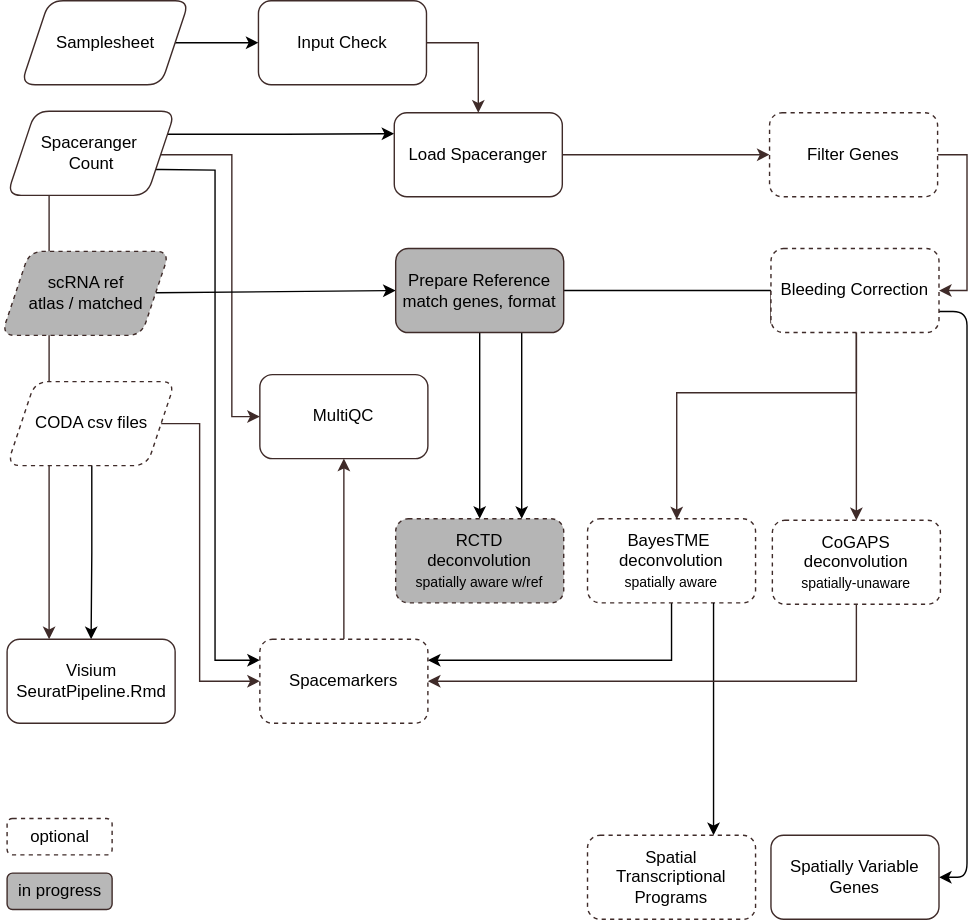
Earlier version of the draw.io export assets/btc-visium.svg (break-through-cancer/btc-spatial-pipelines). Source tidied: cells renumbered, new cells last; positions are measured from the earlier drawing's top-left corner, leaving out a move shared by most shapes.
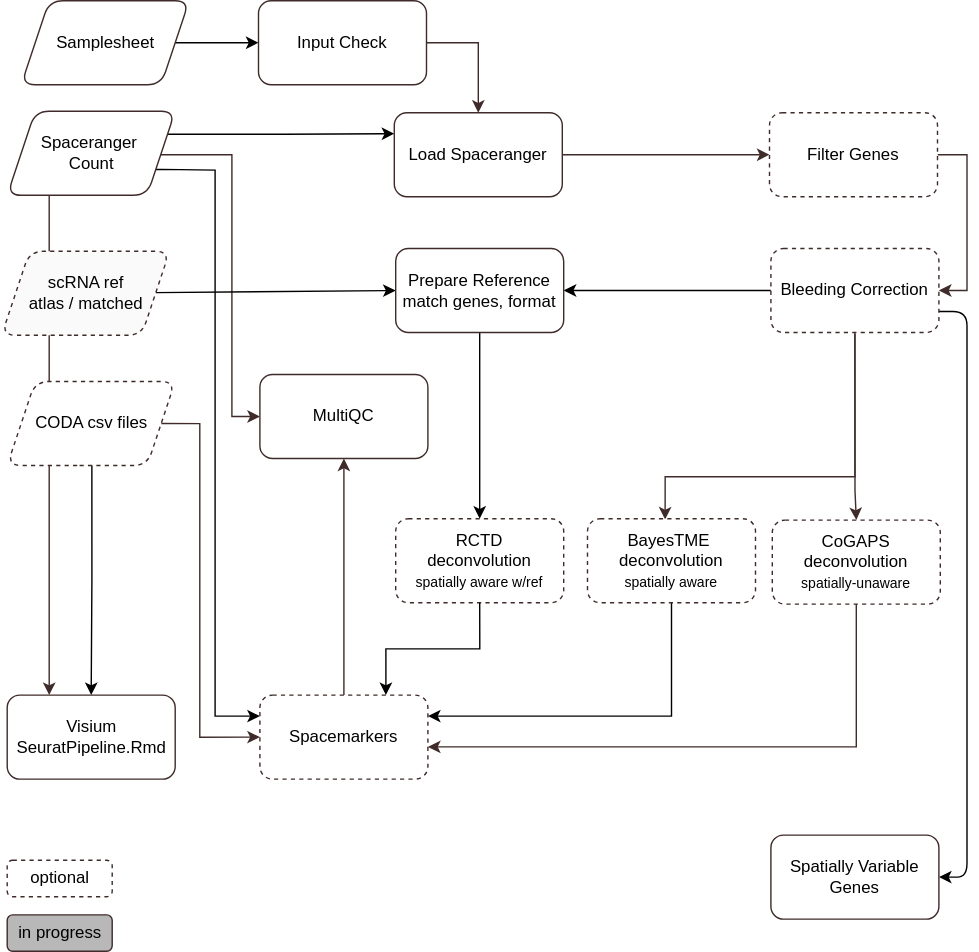
Above is the later version.

Commit message:
simplify - rm spatial transcriptional programs

Diff of the diagram source:
```diff
@@ -41,23 +41,14 @@
     <mxCell id="10" value="Load Spaceranger" style="rounded=1;whiteSpace=wrap;html=1;strokeColor=#3F2B29;" parent="1" vertex="1">
       <mxGeometry x="281" y="80" width="120" height="60" as="geometry" />
     </mxCell>
-    <mxCell id="11" style="edgeStyle=orthogonalEdgeStyle;rounded=0;jettySize=auto;html=1;entryX=0.5;entryY=0;entryDx=0;entryDy=0;exitX=0.5;exitY=1;exitDx=0;exitDy=0;strokeColor=#3F2B29;" parent="1" edge="1" source="28" target="23">
+    <mxCell id="11" style="edgeStyle=orthogonalEdgeStyle;rounded=0;jettySize=auto;html=1;entryX=0.462;entryY=0.01;entryDx=0;entryDy=0;exitX=0.5;exitY=1;exitDx=0;exitDy=0;strokeColor=#3F2B29;entryPerimeter=0;" parent="1" edge="1" source="28" target="21">
       <mxGeometry relative="1" as="geometry">
         <Array as="points">
-          <mxPoint x="611" y="237" />
+          <mxPoint x="610" y="340" />
+          <mxPoint x="474" y="340" />
         </Array>
       </mxGeometry>
     </mxCell>
-    <mxCell id="12" style="edgeStyle=orthogonalEdgeStyle;rounded=0;jettySize=auto;html=1;exitX=0;exitY=0.5;exitDx=0;exitDy=0;strokeColor=#3F2B29;entryX=0.531;entryY=0.007;entryDx=0;entryDy=0;entryPerimeter=0;" parent="1" edge="1" source="28" target="21">
-      <mxGeometry relative="1" as="geometry">
-        <Array as="points">
-          <mxPoint x="550" y="230" />
-          <mxPoint x="611" y="230" />
-          <mxPoint x="611" y="280" />
-          <mxPoint x="483" y="280" />
-        </Array>
-      </mxGeometry>
-    </mxCell>
     <mxCell id="13" style="edgeStyle=orthogonalEdgeStyle;rounded=0;jettySize=auto;html=1;exitX=1;exitY=0.5;exitDx=0;exitDy=0;entryX=1;entryY=0.5;entryDx=0;entryDy=0;strokeColor=#3F2B29;" parent="1" edge="1" source="14" target="28">
       <mxGeometry relative="1" as="geometry" />
     </mxCell>
@@ -68,7 +59,7 @@
       <mxGeometry relative="1" as="geometry">
         <Array as="points">
           <mxPoint x="142" y="302" />
-          <mxPoint x="142" y="486" />
+          <mxPoint x="142" y="526" />
         </Array>
       </mxGeometry>
     </mxCell>
@@ -79,7 +70,7 @@
       <mxGeometry x="4.5" y="272" width="120" height="60" as="geometry" />
     </mxCell>
     <mxCell id="18" value="Visium SeuratPipeline.Rmd" style="rounded=1;whiteSpace=wrap;html=1;fillColor=none;strokeColor=#3F2B29;" parent="1" vertex="1">
-      <mxGeometry x="4.5" y="456" width="120" height="60" as="geometry" />
+      <mxGeometry x="4.5" y="496" width="120" height="60" as="geometry" />
     </mxCell>
     <mxCell id="19" style="edgeStyle=orthogonalEdgeStyle;rounded=0;jettySize=auto;html=1;entryX=0.5;entryY=1;entryDx=0;entryDy=0;strokeColor=#3F2B29;exitX=0.5;exitY=0;exitDx=0;exitDy=0;" parent="1" edge="1" source="30" target="25">
       <mxGeometry relative="1" as="geometry" />
@@ -90,20 +81,9 @@
     <mxCell id="21" value="&lt;span style=&quot;color: rgb(0, 0, 0);&quot;&gt;BayesTME&amp;nbsp;&lt;/span&gt;&lt;div style=&quot;scrollbar-color: light-dark(#e2e2e2, #4b4b4b)&lt;br/&gt;&#9;&#9;&#9;&#9;&#9;light-dark(#fbfbfb, var(--dark-panel-color));&quot;&gt;deconvolution&lt;/div&gt;&lt;div style=&quot;scrollbar-color: light-dark(#e2e2e2, #4b4b4b)&lt;br/&gt;&#9;&#9;&#9;&#9;&#9;light-dark(#fbfbfb, var(--dark-panel-color));&quot;&gt;&lt;font style=&quot;font-size: 10px;&quot;&gt;spatially aware&lt;/font&gt;&lt;/div&gt;" style="rounded=1;whiteSpace=wrap;html=1;strokeColor=#3F2B29;dashed=1;" parent="1" vertex="1">
       <mxGeometry x="419" y="370" width="120" height="60" as="geometry" />
     </mxCell>
-    <mxCell id="22" style="edgeStyle=orthogonalEdgeStyle;rounded=0;jettySize=auto;html=1;entryX=0.75;entryY=0;entryDx=0;entryDy=0;exitX=0.75;exitY=1;exitDx=0;exitDy=0;" parent="1" edge="1" source="21" target="24">
-      <mxGeometry relative="1" as="geometry">
-        <Array as="points">
-          <mxPoint x="509" y="540" />
-          <mxPoint x="509" y="540" />
-        </Array>
-      </mxGeometry>
-    </mxCell>
     <mxCell id="23" value="&lt;div&gt;&lt;span style=&quot;color: rgb(0, 0, 0);&quot;&gt;CoGAPS deconvolution&lt;/span&gt;&lt;br&gt;&lt;/div&gt;&lt;div&gt;&lt;font style=&quot;font-size: 10px;&quot; color=&quot;#000000&quot;&gt;spatially-unaware&lt;/font&gt;&lt;/div&gt;" style="rounded=1;whiteSpace=wrap;html=1;strokeColor=#3F2B29;dashed=1;" parent="1" vertex="1">
       <mxGeometry x="551" y="371" width="120" height="60" as="geometry" />
     </mxCell>
-    <mxCell id="24" value="Spatial Transcriptional Programs" style="rounded=1;whiteSpace=wrap;html=1;strokeColor=#3F2B29;dashed=1;" parent="1" vertex="1">
-      <mxGeometry x="419" y="596" width="120" height="60" as="geometry" />
-    </mxCell>
     <mxCell id="25" value="MultiQC" style="rounded=1;whiteSpace=wrap;html=1;strokeColor=#3F2B29;" parent="1" vertex="1">
       <mxGeometry x="185" y="267" width="120" height="60" as="geometry" />
     </mxCell>
@@ -115,22 +95,24 @@
         </Array>
       </mxGeometry>
     </mxCell>
-    <mxCell id="27" style="edgeStyle=orthogonalEdgeStyle;html=1;entryX=0.75;entryY=0;entryDx=0;entryDy=0;" parent="1" edge="1" source="28" target="40">
-      <mxGeometry relative="1" as="geometry" />
-    </mxCell>
+    <mxCell id="41" style="edgeStyle=none;html=1;entryX=1;entryY=0.5;entryDx=0;entryDy=0;" parent="1" edge="1" source="28" target="39">
+      <mxGeometry relative="1" as="geometry" />
+    </mxCell>
     <mxCell id="28" value="Bleeding Correction" style="rounded=1;whiteSpace=wrap;html=1;strokeColor=#3F2B29;dashed=1;" parent="1" vertex="1">
       <mxGeometry x="550" y="177" width="120" height="60" as="geometry" />
     </mxCell>
     <mxCell id="29" value="in progress" style="rounded=1;whiteSpace=wrap;html=1;fillColor=#B8B8B8;strokeColor=#3F2B29;" parent="1" vertex="1">
-      <mxGeometry x="4.5" y="623" width="75" height="26" as="geometry" />
+      <mxGeometry x="4.5" y="653" width="75" height="26" as="geometry" />
     </mxCell>
     <mxCell id="30" value="Spacemarkers" style="rounded=1;whiteSpace=wrap;html=1;strokeColor=#3F2B29;dashed=1;" parent="1" vertex="1">
-      <mxGeometry x="185" y="456" width="120" height="60" as="geometry" />
+      <mxGeometry x="185" y="496" width="120" height="60" as="geometry" />
     </mxCell>
-    <mxCell id="31" style="edgeStyle=orthogonalEdgeStyle;rounded=0;jettySize=auto;html=1;entryX=1;entryY=0.5;entryDx=0;entryDy=0;exitX=0.5;exitY=1;exitDx=0;exitDy=0;strokeColor=#3F2B29;" parent="1" edge="1" source="23" target="30">
+    <mxCell id="31" style="edgeStyle=orthogonalEdgeStyle;rounded=0;jettySize=auto;html=1;exitX=0.5;exitY=1;exitDx=0;exitDy=0;strokeColor=#3F2B29;" parent="1" edge="1" source="23">
       <mxGeometry relative="1" as="geometry">
+        <mxPoint x="305" y="533" as="targetPoint" />
         <Array as="points">
-          <mxPoint x="611" y="486" />
+          <mxPoint x="611" y="533" />
+          <mxPoint x="305" y="533" />
         </Array>
       </mxGeometry>
     </mxCell>
@@ -144,22 +126,34 @@
       <mxGeometry x="550" y="596" width="120" height="60" as="geometry" />
     </mxCell>
     <mxCell id="35" value="optional" style="rounded=1;whiteSpace=wrap;html=1;fillColor=#FFFFFF;strokeColor=#3F2B29;dashed=1;" parent="1" vertex="1">
-      <mxGeometry x="4.5" y="584" width="75" height="26" as="geometry" />
+      <mxGeometry x="4.5" y="614" width="75" height="26" as="geometry" />
     </mxCell>
     <mxCell id="36" style="edgeStyle=none;html=1;entryX=0;entryY=0.5;entryDx=0;entryDy=0;" parent="1" edge="1" source="37" target="39">
       <mxGeometry relative="1" as="geometry" />
     </mxCell>
-    <mxCell id="37" value="scRNA ref&lt;div&gt;atlas / matched&lt;/div&gt;" style="rounded=1;whiteSpace=wrap;html=1;fillColor=#B5B5B5;strokeColor=#3F2B29;shape=parallelogram;boundedLbl=1;perimeter=parallelogramPerimeter;fixedSize=1;dashed=1;" parent="1" vertex="1">
+    <mxCell id="37" value="scRNA ref&lt;div&gt;atlas / matched&lt;/div&gt;" style="rounded=1;whiteSpace=wrap;html=1;fillColor=#FAFAFA;strokeColor=#3F2B29;shape=parallelogram;boundedLbl=1;perimeter=parallelogramPerimeter;fixedSize=1;dashed=1;" parent="1" vertex="1">
       <mxGeometry x="0.5" y="179" width="120" height="60" as="geometry" />
     </mxCell>
     <mxCell id="38" style="edgeStyle=orthogonalEdgeStyle;html=1;exitX=0.5;exitY=1;exitDx=0;exitDy=0;entryX=0.5;entryY=0;entryDx=0;entryDy=0;" parent="1" edge="1" source="39" target="40">
       <mxGeometry relative="1" as="geometry" />
     </mxCell>
-    <mxCell id="39" value="Prepare Reference&lt;div&gt;match genes, format&lt;/div&gt;" style="rounded=1;whiteSpace=wrap;html=1;strokeColor=#3F2B29;fillColor=#B5B5B5;" parent="1" vertex="1">
+    <mxCell id="39" value="Prepare Reference&lt;div&gt;match genes, format&lt;/div&gt;" style="rounded=1;whiteSpace=wrap;html=1;strokeColor=#3F2B29;fillColor=none;" parent="1" vertex="1">
       <mxGeometry x="282" y="177" width="120" height="60" as="geometry" />
     </mxCell>
-    <mxCell id="40" value="&lt;div style=&quot;scrollbar-color: light-dark(#e2e2e2, #4b4b4b)&lt;br/&gt;&#9;&#9;&#9;&#9;&#9;light-dark(#fbfbfb, var(--dark-panel-color));&quot;&gt;&lt;font color=&quot;#000000&quot;&gt;RCTD&lt;/font&gt;&lt;/div&gt;&lt;div style=&quot;scrollbar-color: light-dark(#e2e2e2, #4b4b4b)&lt;br/&gt;&#9;&#9;&#9;&#9;&#9;light-dark(#fbfbfb, var(--dark-panel-color));&quot;&gt;deconvolution&lt;/div&gt;&lt;div style=&quot;scrollbar-color: light-dark(#e2e2e2, #4b4b4b)&lt;br/&gt;&#9;&#9;&#9;&#9;&#9;light-dark(#fbfbfb, var(--dark-panel-color));&quot;&gt;&lt;font style=&quot;font-size: 10px;&quot;&gt;spatially aware w/ref&lt;/font&gt;&lt;/div&gt;" style="rounded=1;whiteSpace=wrap;html=1;strokeColor=#3F2B29;dashed=1;fillColor=#B5B5B5;" parent="1" vertex="1">
+    <mxCell id="40" value="&lt;div style=&quot;scrollbar-color: light-dark(#e2e2e2, #4b4b4b)&lt;br/&gt;&#9;&#9;&#9;&#9;&#9;light-dark(#fbfbfb, var(--dark-panel-color));&quot;&gt;&lt;font color=&quot;#000000&quot;&gt;RCTD&lt;/font&gt;&lt;/div&gt;&lt;div style=&quot;scrollbar-color: light-dark(#e2e2e2, #4b4b4b)&lt;br/&gt;&#9;&#9;&#9;&#9;&#9;light-dark(#fbfbfb, var(--dark-panel-color));&quot;&gt;deconvolution&lt;/div&gt;&lt;div style=&quot;scrollbar-color: light-dark(#e2e2e2, #4b4b4b)&lt;br/&gt;&#9;&#9;&#9;&#9;&#9;light-dark(#fbfbfb, var(--dark-panel-color));&quot;&gt;&lt;font style=&quot;font-size: 10px;&quot;&gt;spatially aware w/ref&lt;/font&gt;&lt;/div&gt;" style="rounded=1;whiteSpace=wrap;html=1;strokeColor=#3F2B29;dashed=1;fillColor=none;" parent="1" vertex="1">
       <mxGeometry x="282" y="370" width="120" height="60" as="geometry" />
     </mxCell>
+    <mxCell id="42" style="edgeStyle=orthogonalEdgeStyle;rounded=0;jettySize=auto;html=1;exitX=0.5;exitY=1;exitDx=0;exitDy=0;entryX=0.75;entryY=0;entryDx=0;entryDy=0;" parent="1" edge="1" source="40" target="30">
+      <mxGeometry relative="1" as="geometry" />
+    </mxCell>
+    <mxCell id="43" style="edgeStyle=orthogonalEdgeStyle;rounded=0;jettySize=auto;html=1;entryX=0.5;entryY=0;entryDx=0;entryDy=0;strokeColor=#3F2B29;" parent="1" edge="1" target="23">
+      <mxGeometry relative="1" as="geometry">
+        <mxPoint x="610" y="238" as="sourcePoint" />
+        <Array as="points">
+          <mxPoint x="610" y="350" />
+          <mxPoint x="611" y="350" />
+        </Array>
+      </mxGeometry>
+    </mxCell>
   </root>
 </mxGraphModel>
```
